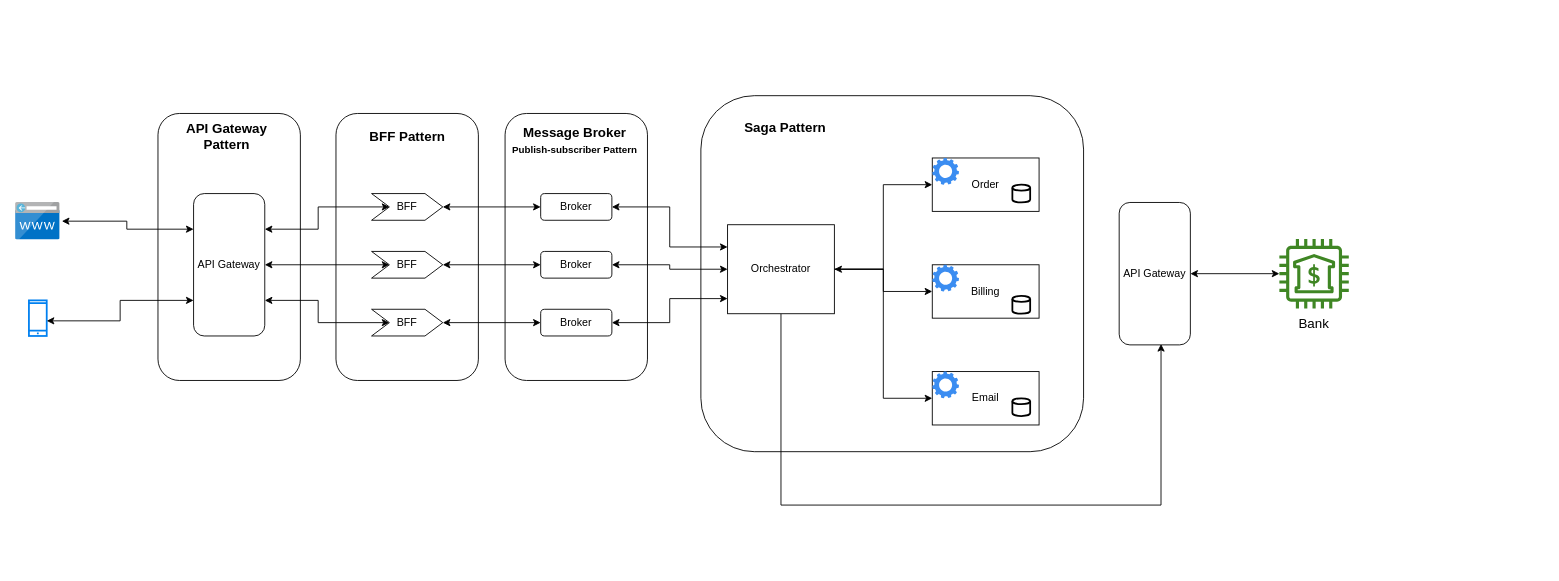
This is Untitled Diagram.drawio from Rogpe-Prog/patterns, a draw.io file, before an edit. Source tidied: cells renumbered, new cells numbered last; positions are measured from the earlier drawing's top-left corner, leaving out a move shared by most shapes. Both pictures are drawn from the tidied source at 89%, with x=0, y=0 at pixel (15, 95).
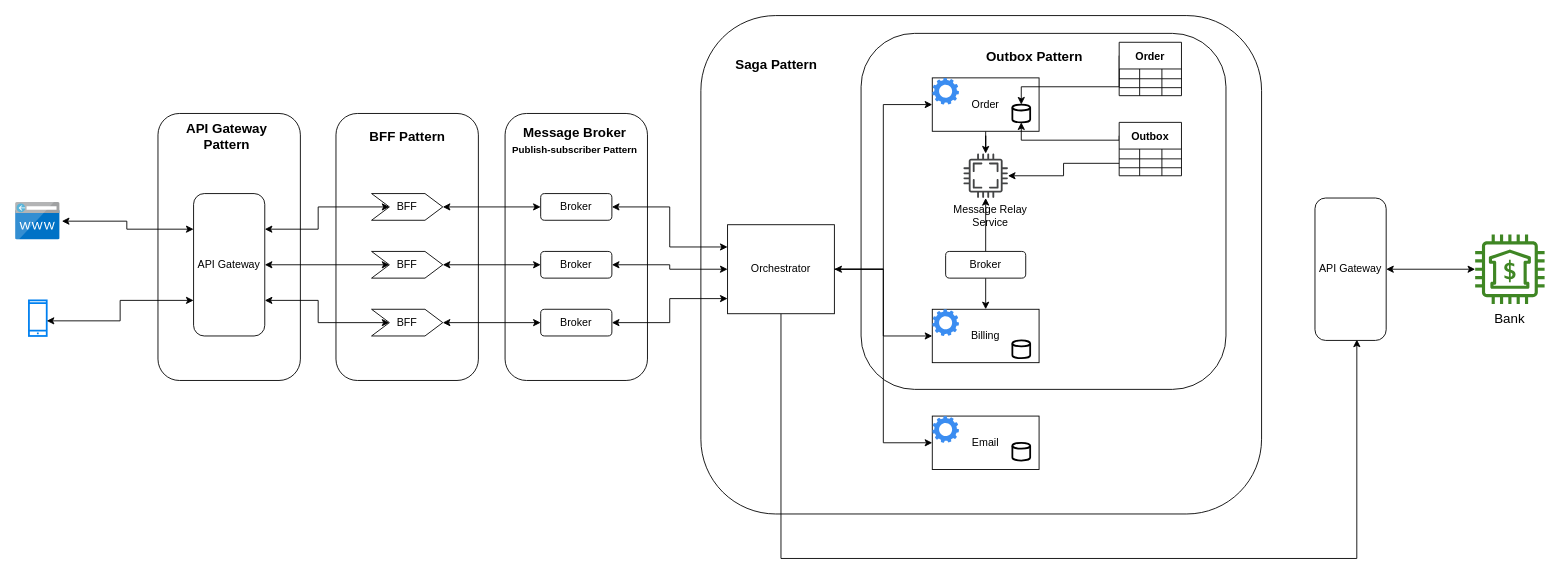
Above is the later version.

Unchanged cells that the change refers to:
```xml
<mxCell id="30" value="Orchestrator" style="rounded=0;whiteSpace=wrap;html=1;" parent="1" vertex="1">
  <mxGeometry x="800" y="145" width="120" height="100" as="geometry" />
</mxCell>
```

Change to the diagram source:
```diff
@@
+    <mxCell id="5" style="rounded=1;whiteSpace=wrap;html=1;" parent="1" vertex="1">
+      <mxGeometry x="770" y="-90" width="630" height="560" as="geometry" />
+    </mxCell>
+    <mxCell id="48" style="rounded=1;whiteSpace=wrap;html=1;" parent="1" vertex="1">
+      <mxGeometry x="950" y="-70" width="410" height="400" as="geometry" />
+    </mxCell>
@@
-    <mxCell id="5" style="rounded=1;whiteSpace=wrap;html=1;" parent="1" vertex="1">
-      <mxGeometry x="770" width="430" height="400" as="geometry" />
-    </mxCell>
@@
     <mxCell id="29" style="edgeStyle=orthogonalEdgeStyle;rounded=0;jettySize=auto;html=1;exitX=0.5;exitY=1;exitDx=0;exitDy=0;entryX=0.588;entryY=0.994;entryDx=0;entryDy=0;entryPerimeter=0;fontSize=15;" parent="1" edge="1" source="30" target="35">
       <mxGeometry relative="1" as="geometry">
         <Array as="points">
-          <mxPoint x="860" y="460" />
-          <mxPoint x="1287" y="460" />
+          <mxPoint x="860" y="520" />
+          <mxPoint x="1507" y="520" />
         </Array>
       </mxGeometry>
     </mxCell>
@@
+    <mxCell id="49" style="edgeStyle=orthogonalEdgeStyle;rounded=0;jettySize=auto;html=1;exitX=0.5;exitY=1;exitDx=0;exitDy=0;" parent="1" edge="1" source="31" target="79">
+      <mxGeometry relative="1" as="geometry" />
+    </mxCell>
     <mxCell id="31" value="Order" style="rounded=0;whiteSpace=wrap;html=1;" parent="1" vertex="1">
-      <mxGeometry x="1030" y="70" width="120" height="60" as="geometry" />
+      <mxGeometry x="1030" y="-20" width="120" height="60" as="geometry" />
     </mxCell>
     <mxCell id="32" value="Billing" style="rounded=0;whiteSpace=wrap;html=1;" parent="1" vertex="1">
-      <mxGeometry x="1030" y="190" width="120" height="60" as="geometry" />
+      <mxGeometry x="1030" y="240" width="120" height="60" as="geometry" />
     </mxCell>
     <mxCell id="33" value="Email" style="rounded=0;whiteSpace=wrap;html=1;" parent="1" vertex="1">
-      <mxGeometry x="1030" y="310" width="120" height="60" as="geometry" />
+      <mxGeometry x="1030" y="360" width="120" height="60" as="geometry" />
     </mxCell>
@@
     <mxCell id="35" value="API Gateway" style="rounded=1;whiteSpace=wrap;html=1;" parent="1" vertex="1">
-      <mxGeometry x="1240" y="120" width="80" height="160" as="geometry" />
+      <mxGeometry x="1460" y="115" width="80" height="160" as="geometry" />
     </mxCell>
     <mxCell id="36" style="sketch=0;outlineConnect=0;fontColor=#232F3E;gradientColor=none;fillColor=#3F8624;strokeColor=none;dashed=0;verticalLabelPosition=bottom;verticalAlign=top;align=center;html=1;fontSize=12;fontStyle=0;shape=mxgraph.aws4.bank;" parent="1" vertex="1">
-      <mxGeometry x="1420" y="161" width="78" height="78" as="geometry" />
+      <mxGeometry x="1640" y="156" width="78" height="78" as="geometry" />
     </mxCell>
     <mxCell id="37" value="Saga Pattern" style="text;html=1;strokeColor=none;fillColor=none;align=center;verticalAlign=middle;whiteSpace=wrap;rounded=0;fontSize=15;fontStyle=1;" parent="1" vertex="1">
-      <mxGeometry x="810" y="20" width="110" height="30" as="geometry" />
+      <mxGeometry x="800" y="-50" width="110" height="30" as="geometry" />
     </mxCell>
     <mxCell id="38" style="strokeWidth=2;html=1;shape=mxgraph.flowchart.database;whiteSpace=wrap;fontSize=15;" parent="1" vertex="1">
-      <mxGeometry x="1120" y="100" width="20" height="20" as="geometry" />
+      <mxGeometry x="1120" y="10" width="20" height="20" as="geometry" />
     </mxCell>
     <mxCell id="39" style="strokeWidth=2;html=1;shape=mxgraph.flowchart.database;whiteSpace=wrap;fontSize=15;" parent="1" vertex="1">
-      <mxGeometry x="1120" y="225" width="20" height="20" as="geometry" />
+      <mxGeometry x="1120" y="275" width="20" height="20" as="geometry" />
     </mxCell>
     <mxCell id="40" style="strokeWidth=2;html=1;shape=mxgraph.flowchart.database;whiteSpace=wrap;fontSize=15;" parent="1" vertex="1">
-      <mxGeometry x="1120" y="340" width="20" height="20" as="geometry" />
+      <mxGeometry x="1120" y="390" width="20" height="20" as="geometry" />
     </mxCell>
@@
     <mxCell id="44" value="Bank" style="text;html=1;strokeColor=none;fillColor=none;align=center;verticalAlign=middle;whiteSpace=wrap;rounded=0;fontSize=15;" parent="1" vertex="1">
-      <mxGeometry x="1429" y="240" width="60" height="30" as="geometry" />
+      <mxGeometry x="1649" y="235" width="60" height="30" as="geometry" />
     </mxCell>
     <mxCell id="45" style="sketch=0;html=1;strokeColor=none;shadow=0;align=center;verticalAlign=top;fillColor=#3B8DF1;shape=mxgraph.gcp2.gear;" parent="1" vertex="1">
-      <mxGeometry x="1030" y="70" width="30" height="30" as="geometry" />
+      <mxGeometry x="1030" y="-20" width="30" height="30" as="geometry" />
     </mxCell>
     <mxCell id="46" style="sketch=0;html=1;strokeColor=none;shadow=0;align=center;verticalAlign=top;fillColor=#3B8DF1;shape=mxgraph.gcp2.gear;" parent="1" vertex="1">
-      <mxGeometry x="1030" y="190" width="30" height="30" as="geometry" />
+      <mxGeometry x="1030" y="240" width="30" height="30" as="geometry" />
     </mxCell>
     <mxCell id="47" style="sketch=0;html=1;strokeColor=none;shadow=0;align=center;verticalAlign=top;fillColor=#3B8DF1;shape=mxgraph.gcp2.gear;" parent="1" vertex="1">
-      <mxGeometry x="1030" y="310" width="30" height="30" as="geometry" />
+      <mxGeometry x="1030" y="360" width="30" height="30" as="geometry" />
     </mxCell>
+    <mxCell id="50" style="edgeStyle=orthogonalEdgeStyle;rounded=0;jettySize=auto;html=1;exitX=0;exitY=0.25;exitDx=0;exitDy=0;entryX=0.5;entryY=1;entryDx=0;entryDy=0;entryPerimeter=0;" parent="1" edge="1" source="51" target="38">
+      <mxGeometry relative="1" as="geometry">
+        <Array as="points">
+          <mxPoint x="1240" y="50" />
+          <mxPoint x="1130" y="50" />
+        </Array>
+      </mxGeometry>
+    </mxCell>
+    <mxCell id="51" value="Outbox" style="shape=table;startSize=30;childLayout=tableLayout;fontStyle=1;align=center;" parent="1" vertex="1">
+      <mxGeometry x="1240" y="30" width="70" height="60" as="geometry" />
+    </mxCell>
+    <mxCell id="52" style="shape=tableRow;horizontal=0;startSize=0;swimlaneHead=0;swimlaneBody=0;top=0;left=0;bottom=0;right=0;fillColor=none;" parent="51" vertex="1">
+      <mxGeometry y="30" width="70" height="11" as="geometry" />
+    </mxCell>
+    <mxCell id="53" style="shape=partialRectangle;html=1;whiteSpace=wrap;fillColor=none;top=0;left=0;bottom=0;right=0;overflow=hidden;" parent="52" vertex="1">
+      <mxGeometry width="23" height="11" as="geometry" />
+    </mxCell>
+    <mxCell id="54" style="shape=partialRectangle;html=1;whiteSpace=wrap;fillColor=none;top=0;left=0;bottom=0;right=0;overflow=hidden;" parent="52" vertex="1">
+      <mxGeometry x="23" width="25" height="11" as="geometry" />
+    </mxCell>
+    <mxCell id="55" style="shape=partialRectangle;html=1;whiteSpace=wrap;fillColor=none;top=0;left=0;bottom=0;right=0;overflow=hidden;" parent="52" vertex="1">
+      <mxGeometry x="48" width="22" height="11" as="geometry" />
+    </mxCell>
+    <mxCell id="56" style="shape=tableRow;horizontal=0;startSize=0;swimlaneHead=0;swimlaneBody=0;top=0;left=0;bottom=0;right=0;fillColor=none;points=[[0,0.5],[1,0.5]];portConstraint=eastwest;" parent="51" vertex="1">
+      <mxGeometry y="41" width="70" height="10" as="geometry" />
+    </mxCell>
+    <mxCell id="57" style="shape=partialRectangle;html=1;whiteSpace=wrap;fillColor=none;top=0;left=0;bottom=0;right=0;overflow=hidden;" parent="56" vertex="1">
+      <mxGeometry width="23" height="10" as="geometry" />
+    </mxCell>
+    <mxCell id="58" style="shape=partialRectangle;html=1;whiteSpace=wrap;fillColor=none;top=0;left=0;bottom=0;right=0;overflow=hidden;" parent="56" vertex="1">
+      <mxGeometry x="23" width="25" height="10" as="geometry" />
+    </mxCell>
+    <mxCell id="59" style="shape=partialRectangle;html=1;whiteSpace=wrap;fillColor=none;top=0;left=0;bottom=0;right=0;overflow=hidden;" parent="56" vertex="1">
+      <mxGeometry x="48" width="22" height="10" as="geometry" />
+    </mxCell>
+    <mxCell id="60" style="shape=tableRow;horizontal=0;startSize=0;swimlaneHead=0;swimlaneBody=0;top=0;left=0;bottom=0;right=0;fillColor=none;" parent="51" vertex="1">
+      <mxGeometry y="51" width="70" height="9" as="geometry" />
+    </mxCell>
+    <mxCell id="61" style="shape=partialRectangle;html=1;whiteSpace=wrap;fillColor=none;top=0;left=0;bottom=0;right=0;overflow=hidden;" parent="60" vertex="1">
+      <mxGeometry width="23" height="9" as="geometry" />
+    </mxCell>
+    <mxCell id="62" style="shape=partialRectangle;html=1;whiteSpace=wrap;fillColor=none;top=0;left=0;bottom=0;right=0;overflow=hidden;" parent="60" vertex="1">
+      <mxGeometry x="23" width="25" height="9" as="geometry" />
+    </mxCell>
+    <mxCell id="63" style="shape=partialRectangle;html=1;whiteSpace=wrap;fillColor=none;top=0;left=0;bottom=0;right=0;overflow=hidden;" parent="60" vertex="1">
+      <mxGeometry x="48" width="22" height="9" as="geometry" />
+    </mxCell>
+    <mxCell id="64" style="edgeStyle=orthogonalEdgeStyle;rounded=0;jettySize=auto;html=1;exitX=0;exitY=0.25;exitDx=0;exitDy=0;entryX=0.5;entryY=0;entryDx=0;entryDy=0;entryPerimeter=0;" parent="1" edge="1" source="65" target="38">
+      <mxGeometry relative="1" as="geometry">
+        <Array as="points">
+          <mxPoint x="1240" y="-10" />
+          <mxPoint x="1130" y="-10" />
+        </Array>
+      </mxGeometry>
+    </mxCell>
+    <mxCell id="65" value="Order" style="shape=table;startSize=30;childLayout=tableLayout;fontStyle=1;align=center;" parent="1" vertex="1">
+      <mxGeometry x="1240" y="-60" width="70" height="60" as="geometry" />
+    </mxCell>
+    <mxCell id="66" style="shape=tableRow;horizontal=0;startSize=0;swimlaneHead=0;swimlaneBody=0;top=0;left=0;bottom=0;right=0;fillColor=none;" parent="65" vertex="1">
+      <mxGeometry y="30" width="70" height="11" as="geometry" />
+    </mxCell>
+    <mxCell id="67" style="shape=partialRectangle;html=1;whiteSpace=wrap;fillColor=none;top=0;left=0;bottom=0;right=0;overflow=hidden;" parent="66" vertex="1">
+      <mxGeometry width="23" height="11" as="geometry" />
+    </mxCell>
+    <mxCell id="68" style="shape=partialRectangle;html=1;whiteSpace=wrap;fillColor=none;top=0;left=0;bottom=0;right=0;overflow=hidden;" parent="66" vertex="1">
+      <mxGeometry x="23" width="25" height="11" as="geometry" />
+    </mxCell>
+    <mxCell id="69" style="shape=partialRectangle;html=1;whiteSpace=wrap;fillColor=none;top=0;left=0;bottom=0;right=0;overflow=hidden;" parent="66" vertex="1">
+      <mxGeometry x="48" width="22" height="11" as="geometry" />
+    </mxCell>
+    <mxCell id="70" style="shape=tableRow;horizontal=0;startSize=0;swimlaneHead=0;swimlaneBody=0;top=0;left=0;bottom=0;right=0;fillColor=none;" parent="65" vertex="1">
+      <mxGeometry y="41" width="70" height="10" as="geometry" />
+    </mxCell>
+    <mxCell id="71" style="shape=partialRectangle;html=1;whiteSpace=wrap;fillColor=none;top=0;left=0;bottom=0;right=0;overflow=hidden;" parent="70" vertex="1">
+      <mxGeometry width="23" height="10" as="geometry" />
+    </mxCell>
+    <mxCell id="72" style="shape=partialRectangle;html=1;whiteSpace=wrap;fillColor=none;top=0;left=0;bottom=0;right=0;overflow=hidden;" parent="70" vertex="1">
+      <mxGeometry x="23" width="25" height="10" as="geometry" />
+    </mxCell>
+    <mxCell id="73" style="shape=partialRectangle;html=1;whiteSpace=wrap;fillColor=none;top=0;left=0;bottom=0;right=0;overflow=hidden;" parent="70" vertex="1">
+      <mxGeometry x="48" width="22" height="10" as="geometry" />
+    </mxCell>
+    <mxCell id="74" style="shape=tableRow;horizontal=0;startSize=0;swimlaneHead=0;swimlaneBody=0;top=0;left=0;bottom=0;right=0;fillColor=none;" parent="65" vertex="1">
+      <mxGeometry y="51" width="70" height="9" as="geometry" />
+    </mxCell>
+    <mxCell id="75" style="shape=partialRectangle;html=1;whiteSpace=wrap;fillColor=none;top=0;left=0;bottom=0;right=0;overflow=hidden;" parent="74" vertex="1">
+      <mxGeometry width="23" height="9" as="geometry" />
+    </mxCell>
+    <mxCell id="76" style="shape=partialRectangle;html=1;whiteSpace=wrap;fillColor=none;top=0;left=0;bottom=0;right=0;overflow=hidden;" parent="74" vertex="1">
+      <mxGeometry x="23" width="25" height="9" as="geometry" />
+    </mxCell>
+    <mxCell id="77" style="shape=partialRectangle;html=1;whiteSpace=wrap;fillColor=none;top=0;left=0;bottom=0;right=0;overflow=hidden;" parent="74" vertex="1">
+      <mxGeometry x="48" width="22" height="9" as="geometry" />
+    </mxCell>
+    <mxCell id="78" value="Outbox Pattern" style="text;html=1;strokeColor=none;fillColor=none;align=center;verticalAlign=middle;whiteSpace=wrap;rounded=0;fontSize=15;fontStyle=1;" parent="1" vertex="1">
+      <mxGeometry x="1080" y="-60" width="130" height="30" as="geometry" />
+    </mxCell>
+    <mxCell id="79" style="sketch=0;shadow=0;dashed=0;html=1;strokeColor=none;fillColor=#434445;labelPosition=center;verticalLabelPosition=bottom;verticalAlign=top;align=center;outlineConnect=0;shape=mxgraph.vvd.cpu;" parent="1" vertex="1">
+      <mxGeometry x="1065" y="65" width="50" height="50" as="geometry" />
+    </mxCell>
+    <mxCell id="80" value="Message Relay Service" style="text;html=1;strokeColor=none;fillColor=none;align=center;verticalAlign=middle;whiteSpace=wrap;rounded=0;" parent="1" vertex="1">
+      <mxGeometry x="1047.5" y="120" width="95" height="30" as="geometry" />
+    </mxCell>
+    <mxCell id="81" style="edgeStyle=orthogonalEdgeStyle;rounded=0;jettySize=auto;html=1;exitX=0;exitY=0.5;exitDx=0;exitDy=0;" parent="1" edge="1" source="56" target="79">
+      <mxGeometry relative="1" as="geometry" />
+    </mxCell>
+    <mxCell id="82" style="edgeStyle=orthogonalEdgeStyle;rounded=0;jettySize=auto;html=1;exitX=0.5;exitY=0;exitDx=0;exitDy=0;" parent="1" edge="1" source="84" target="79">
+      <mxGeometry relative="1" as="geometry" />
+    </mxCell>
+    <mxCell id="83" style="edgeStyle=orthogonalEdgeStyle;rounded=0;jettySize=auto;html=1;exitX=0.5;exitY=1;exitDx=0;exitDy=0;entryX=0.5;entryY=0;entryDx=0;entryDy=0;" parent="1" edge="1" source="84" target="32">
+      <mxGeometry relative="1" as="geometry" />
+    </mxCell>
+    <mxCell id="84" value="Broker" style="rounded=1;whiteSpace=wrap;html=1;" parent="1" vertex="1">
+      <mxGeometry x="1045" y="175" width="90" height="30" as="geometry" />
+    </mxCell>
```
